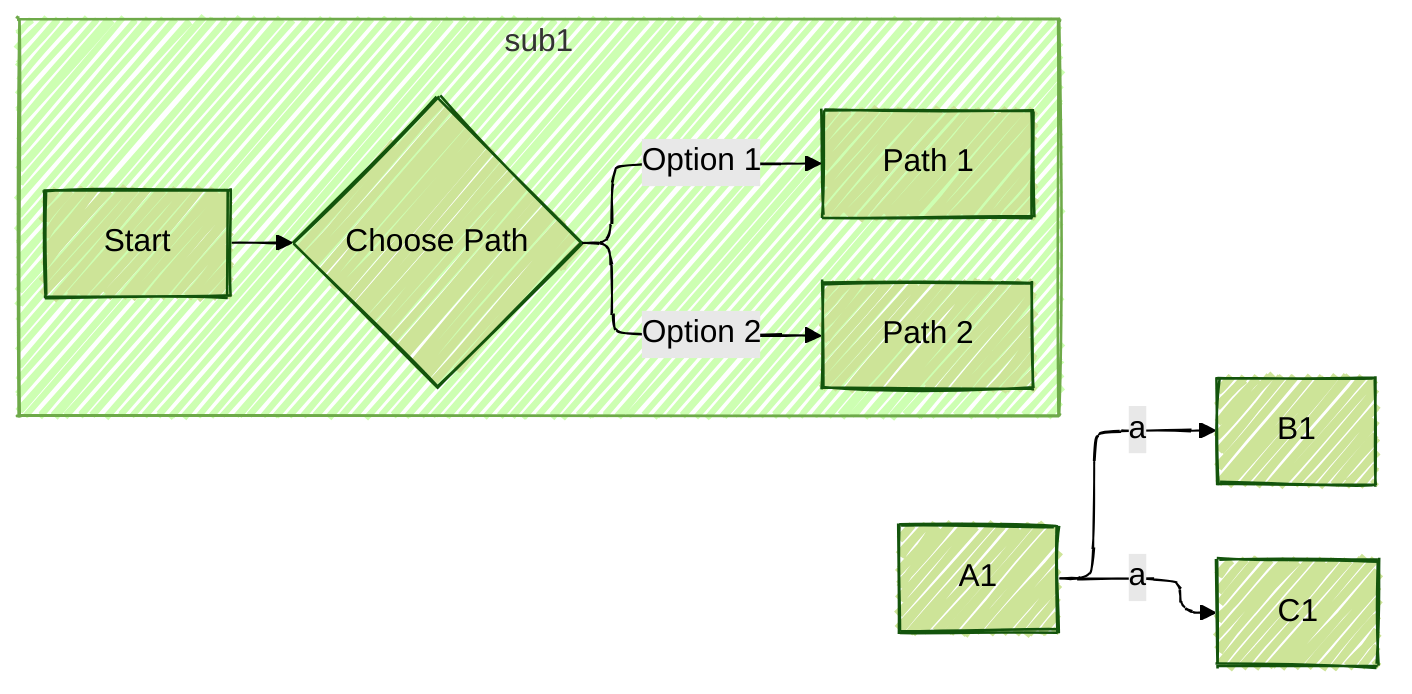
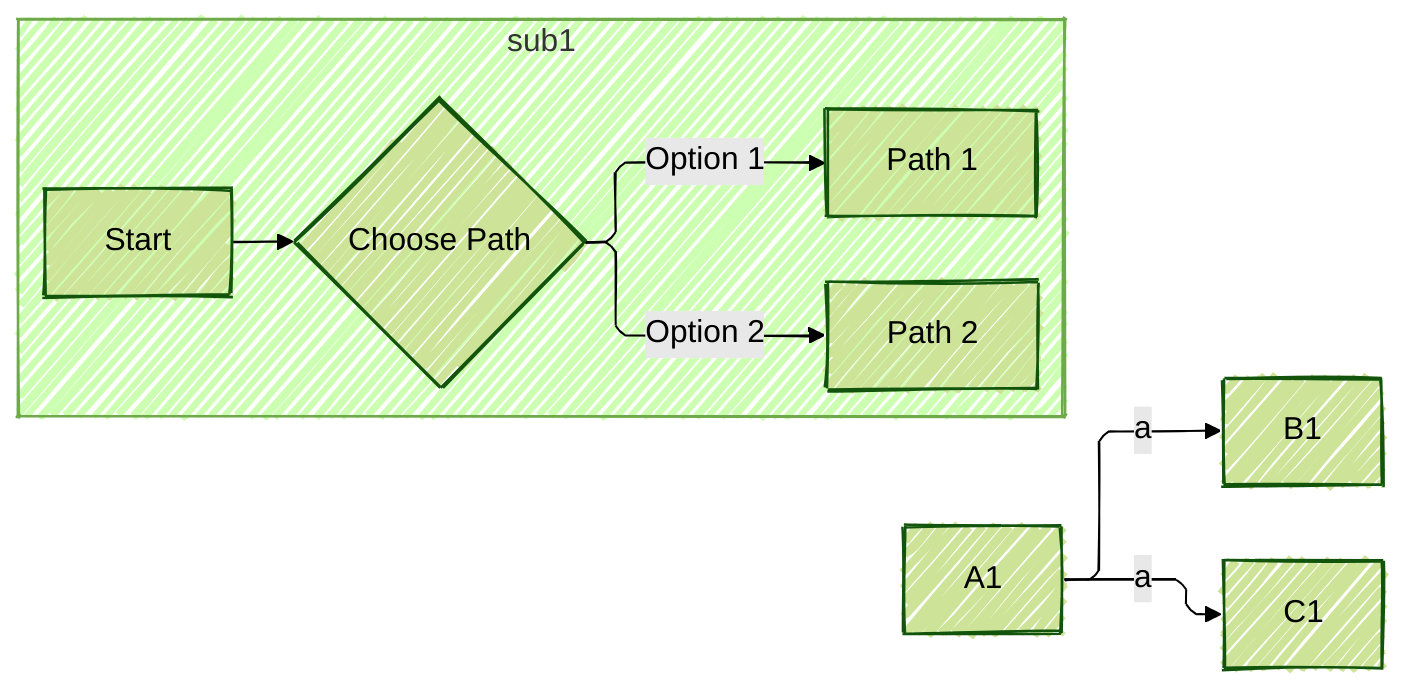
---
config:
    look: handDrawn
    theme: forest
    layout: elk
    elk:
        mergeEdges: true
        nodePlacementStrategy: LINEAR_SEGMENTS
+     flowchart:
+         curve: linear
---
graph LR
A1-->|a|B1 & C1
subgraph sub1
    direction LR
        A[Start] --> B{Choose Path}
        B -->|Option 1| C[Path 1]
        B -->|Option 2| D[Path 2]
end